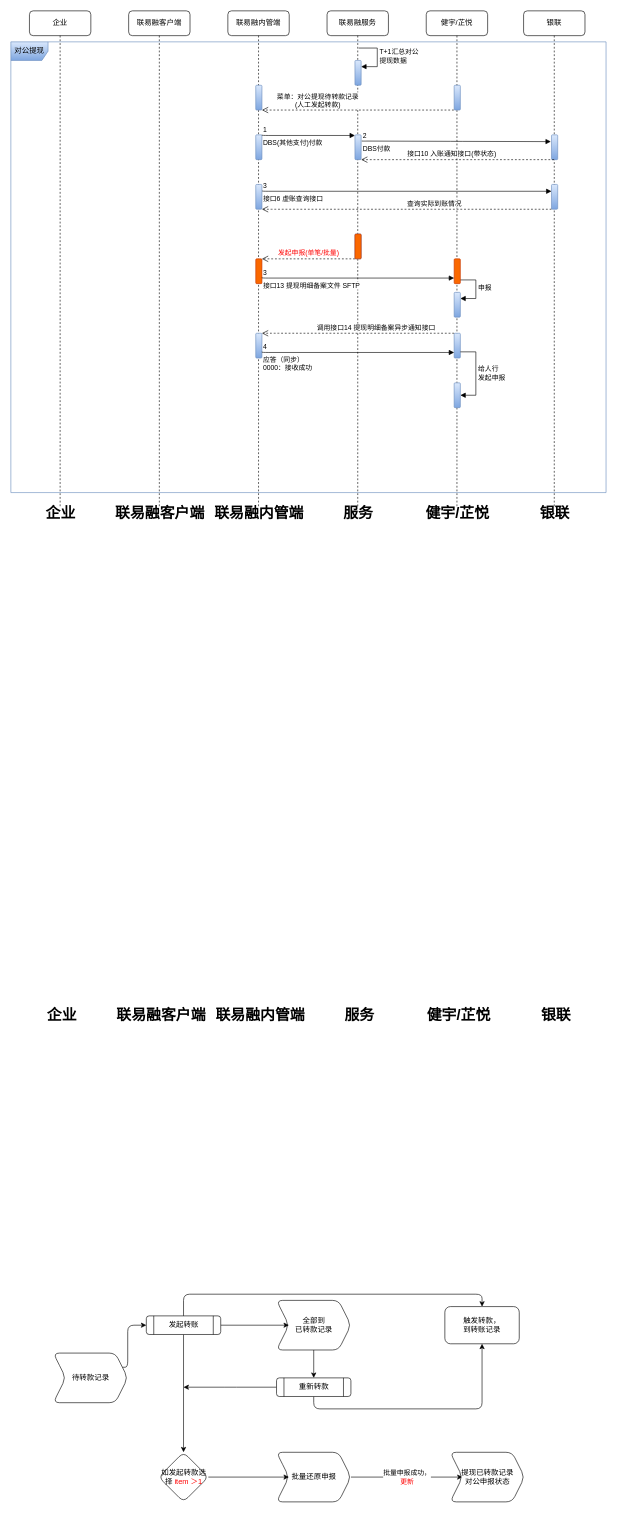
This is LLSI/银联批量对公还原申报.drawio from 0573xieguojia/To-program, a draw.io file, before an edit. Source tidied: cells renumbered, new cells numbered last; positions are measured from the earlier drawing's top-left corner, leaving out a move shared by most shapes. Both pictures are drawn from the tidied source at 62%, with x=0, y=0 at pixel (11, 11).
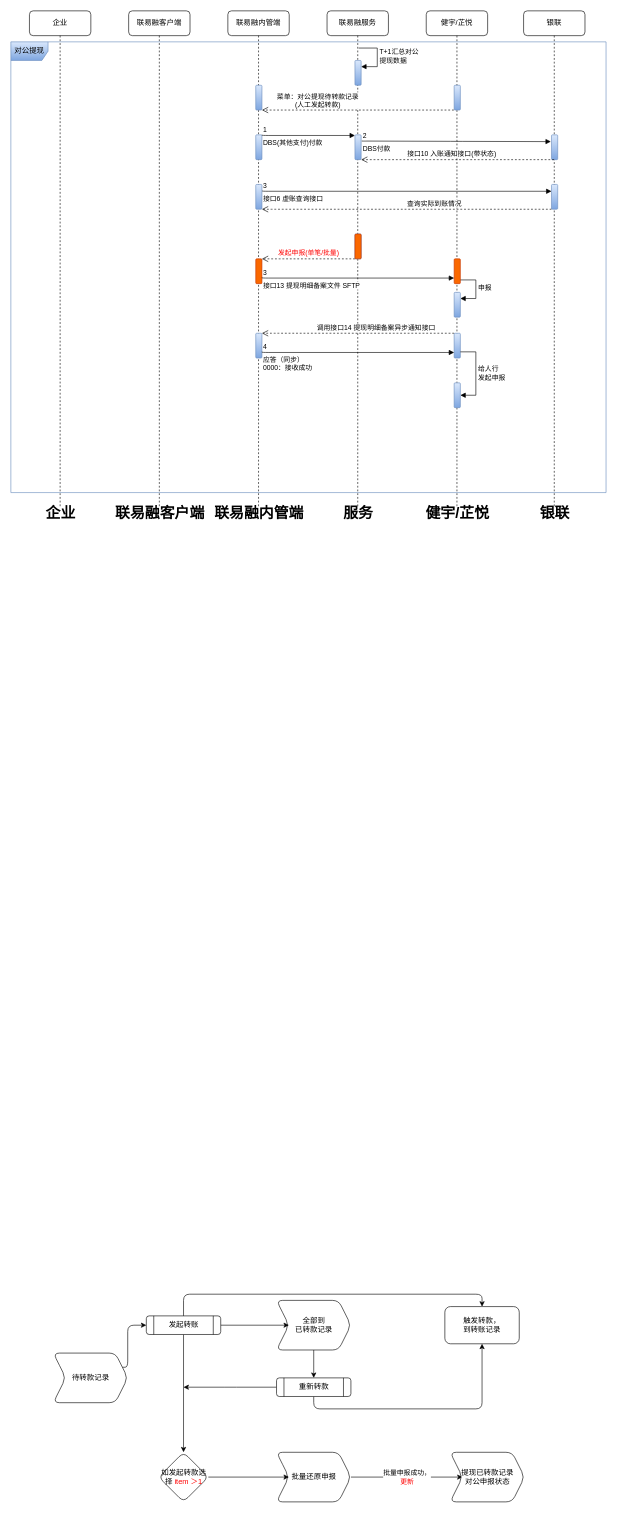
Above is the later version.

Commit message:
更新银联批量对公还原申报.drawio

Change to the diagram source:
```diff
@@
-    <mxCell id="49" value="企业" style="text;strokeColor=none;fillColor=none;html=1;fontSize=24;fontStyle=1;verticalAlign=middle;align=center;rounded=1;" parent="1" vertex="1">
-      <mxGeometry x="31.5" y="1600" width="100" height="40" as="geometry" />
-    </mxCell>
-    <mxCell id="50" value="联易融客户端" style="text;strokeColor=none;fillColor=none;html=1;fontSize=24;fontStyle=1;verticalAlign=middle;align=center;rounded=1;" parent="1" vertex="1">
-      <mxGeometry x="191.5" y="1600" width="100" height="40" as="geometry" />
-    </mxCell>
-    <mxCell id="51" value="联易融内管端" style="text;strokeColor=none;fillColor=none;html=1;fontSize=24;fontStyle=1;verticalAlign=middle;align=center;rounded=1;" parent="1" vertex="1">
-      <mxGeometry x="351.5" y="1600" width="100" height="40" as="geometry" />
-    </mxCell>
-    <mxCell id="52" value="服务" style="text;strokeColor=none;fillColor=none;html=1;fontSize=24;fontStyle=1;verticalAlign=middle;align=center;rounded=1;" parent="1" vertex="1">
-      <mxGeometry x="511.5" y="1600" width="100" height="40" as="geometry" />
-    </mxCell>
-    <mxCell id="53" value="健宇/芷悦" style="text;strokeColor=none;fillColor=none;html=1;fontSize=24;fontStyle=1;verticalAlign=middle;align=center;rounded=1;" parent="1" vertex="1">
-      <mxGeometry x="671.5" y="1600" width="100" height="40" as="geometry" />
-    </mxCell>
-    <mxCell id="54" value="银联" style="text;strokeColor=none;fillColor=none;html=1;fontSize=24;fontStyle=1;verticalAlign=middle;align=center;rounded=1;" parent="1" vertex="1">
-      <mxGeometry x="828.5" y="1600" width="100" height="40" as="geometry" />
-    </mxCell>
```
